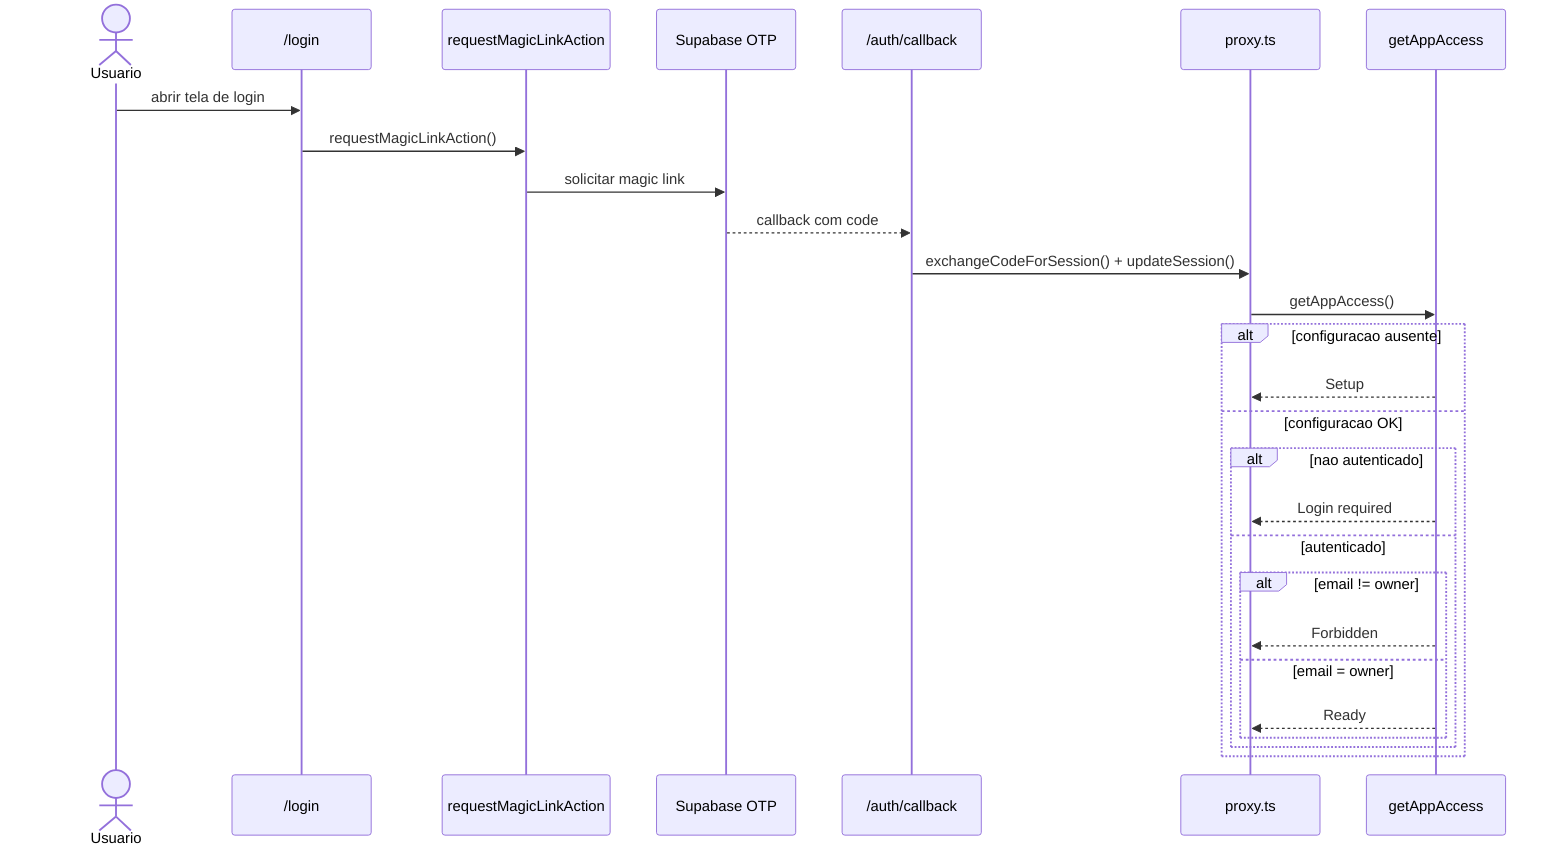
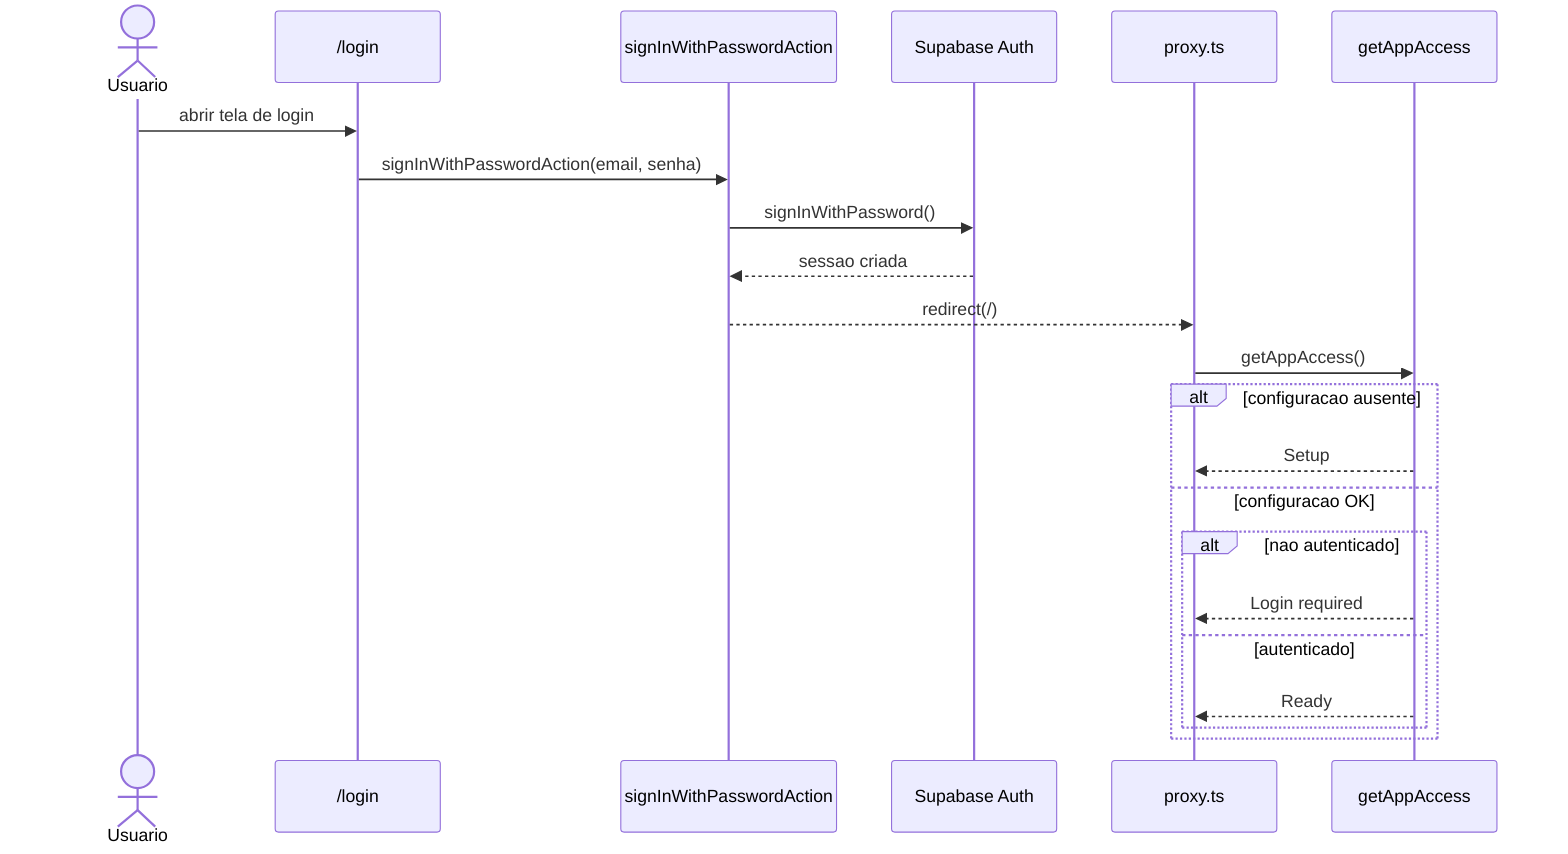
sequenceDiagram
  actor U as Usuario
  participant L as /login
-   participant A as requestMagicLinkAction
-   participant OTP as Supabase OTP
-   participant CB as /auth/callback
+   participant A as signInWithPasswordAction
+   participant AUTH as Supabase Auth
  participant P as proxy.ts
  participant ACC as getAppAccess

  U->>L: abrir tela de login
-   L->>A: requestMagicLinkAction()
-   A->>OTP: solicitar magic link
-   OTP-->>CB: callback com code
-   CB->>P: exchangeCodeForSession() + updateSession()
+   L->>A: signInWithPasswordAction(email, senha)
+   A->>AUTH: signInWithPassword()
+   AUTH-->>A: sessao criada
+   A-->>P: redirect(/)
  P->>ACC: getAppAccess()

  alt configuracao ausente
    ACC-->>P: Setup
  else configuracao OK
    alt nao autenticado
      ACC-->>P: Login required
    else autenticado
-       alt email != owner
-         ACC-->>P: Forbidden
-       else email = owner
-         ACC-->>P: Ready
-       end
+       ACC-->>P: Ready
    end
  end
